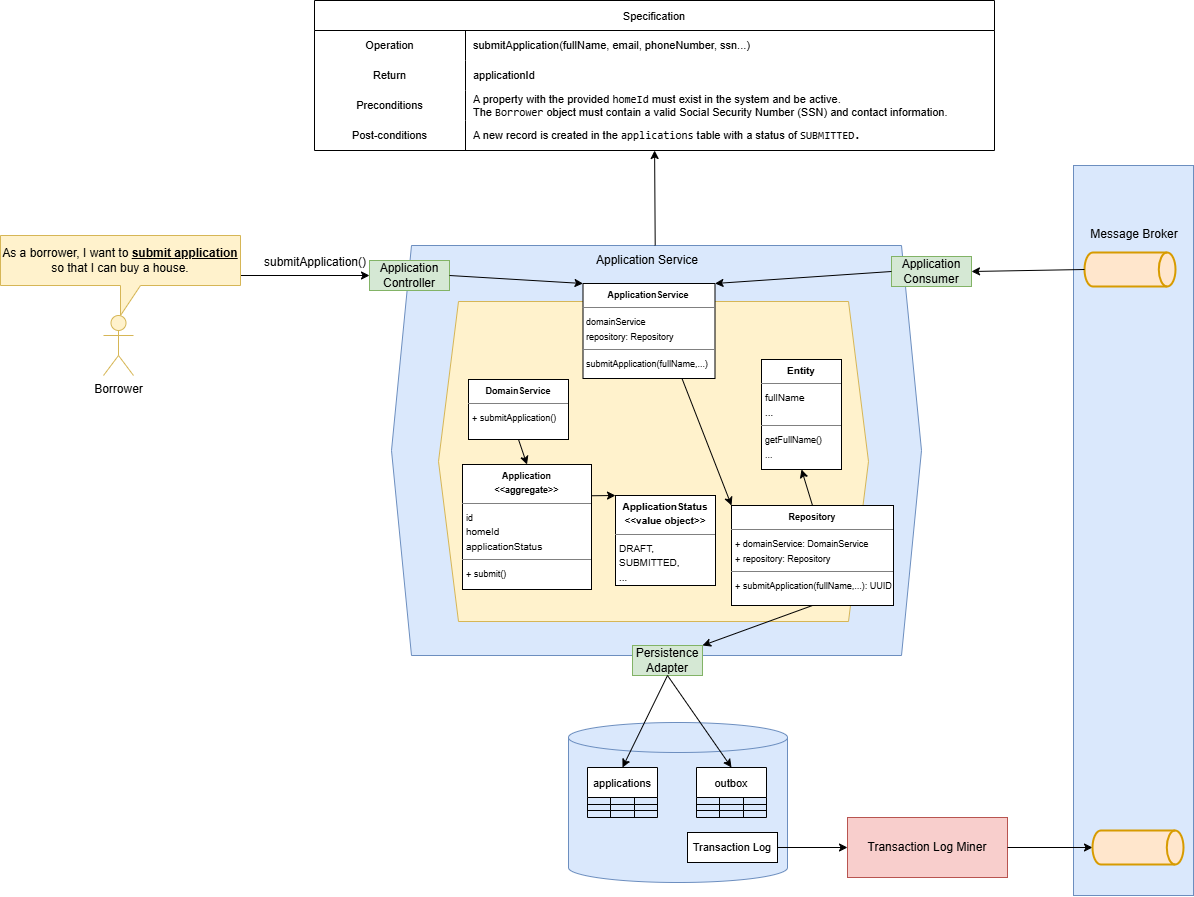
The draw.io diagram 02-architecture/05-service-design.png in huynm20051990/loan-origination-system, before a commit. Source tidied: cells renumbered, new cells last; positions are measured from the earlier drawing's top-left corner, leaving out a move shared by most shapes.
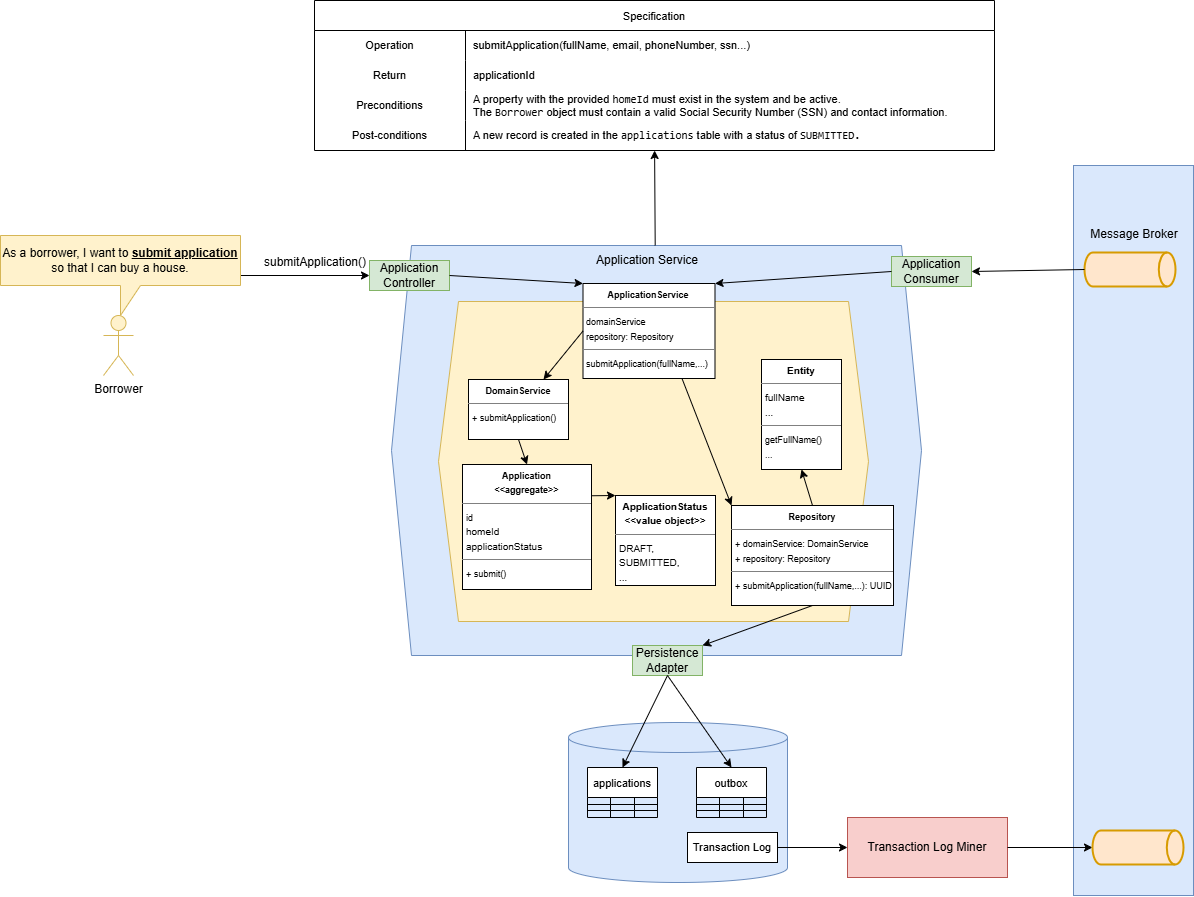
After the change.

Commit message:
Update service design

Diff of the diagram source:
```diff
@@ -227,5 +227,8 @@
     <mxCell id="76" style="endArrow=classic;html=1;rounded=0;exitX=0.5;exitY=1;exitDx=0;exitDy=0;entryX=0.5;entryY=0;entryDx=0;entryDy=0;" parent="1" edge="1" source="65" target="67">
       <mxGeometry relative="1" as="geometry" />
     </mxCell>
+    <mxCell id="77" style="endArrow=classic;html=1;rounded=0;exitX=0;exitY=0.5;exitDx=0;exitDy=0;entryX=0.75;entryY=0;entryDx=0;entryDy=0;" parent="1" edge="1" source="64" target="65">
+      <mxGeometry relative="1" as="geometry" />
+    </mxCell>
   </root>
 </mxGraphModel>
```
